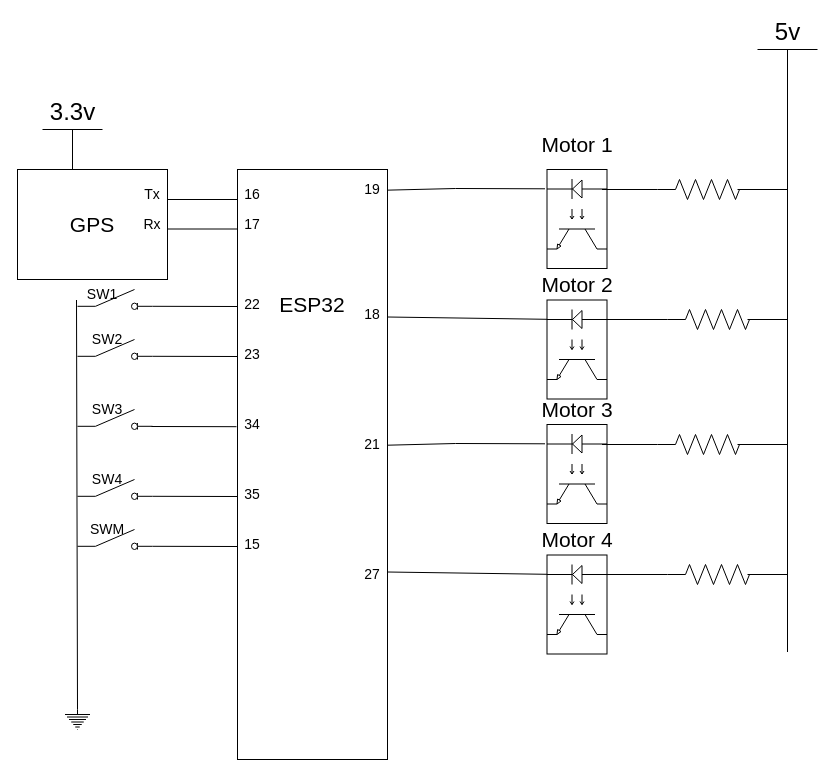
Above: Untitled Diagram.drawio in dahmadjid/esp32-idf-codes (draw.io), before the change. Source tidied: cells renumbered, new cells numbered last; positions are measured from the earlier drawing's top-left corner, leaving out a move shared by most shapes. Both pictures are drawn from the tidied source at 100%, with x=0, y=0 at pixel (17, 49).
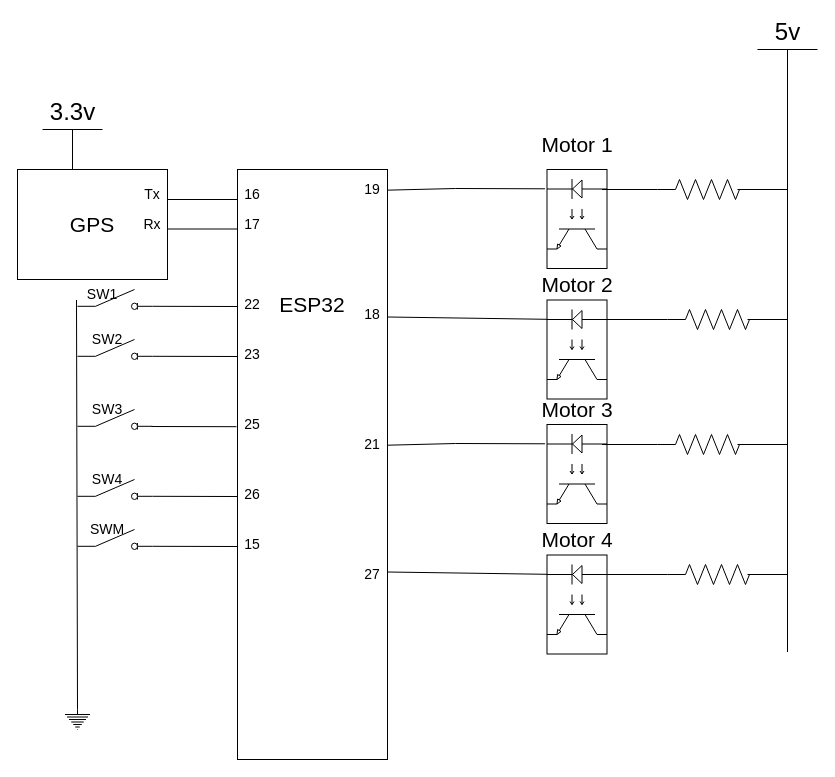
After the change.

The edit, as a diff of the source:
```diff
@@
-    <mxCell id="41" value="&lt;font style=&quot;font-size: 14px&quot;&gt;34&lt;/font&gt;" style="text;html=1;strokeColor=none;fillColor=none;align=center;verticalAlign=middle;whiteSpace=wrap;rounded=0;strokeWidth=1;" parent="1" vertex="1">
+    <mxCell id="41" value="&lt;font style=&quot;font-size: 14px&quot;&gt;25&lt;/font&gt;" style="text;html=1;strokeColor=none;fillColor=none;align=center;verticalAlign=middle;whiteSpace=wrap;rounded=0;strokeWidth=1;" parent="1" vertex="1">
       <mxGeometry x="200" y="349.5" width="70" height="50" as="geometry" />
     </mxCell>
@@
-    <mxCell id="62" value="&lt;font style=&quot;font-size: 14px&quot;&gt;35&lt;/font&gt;" style="text;html=1;strokeColor=none;fillColor=none;align=center;verticalAlign=middle;whiteSpace=wrap;rounded=0;strokeWidth=1;" parent="1" vertex="1">
+    <mxCell id="62" value="&lt;span style=&quot;font-size: 14px&quot;&gt;26&lt;/span&gt;" style="text;html=1;strokeColor=none;fillColor=none;align=center;verticalAlign=middle;whiteSpace=wrap;rounded=0;strokeWidth=1;" parent="1" vertex="1">
       <mxGeometry x="200" y="420" width="70" height="50" as="geometry" />
     </mxCell>
```
